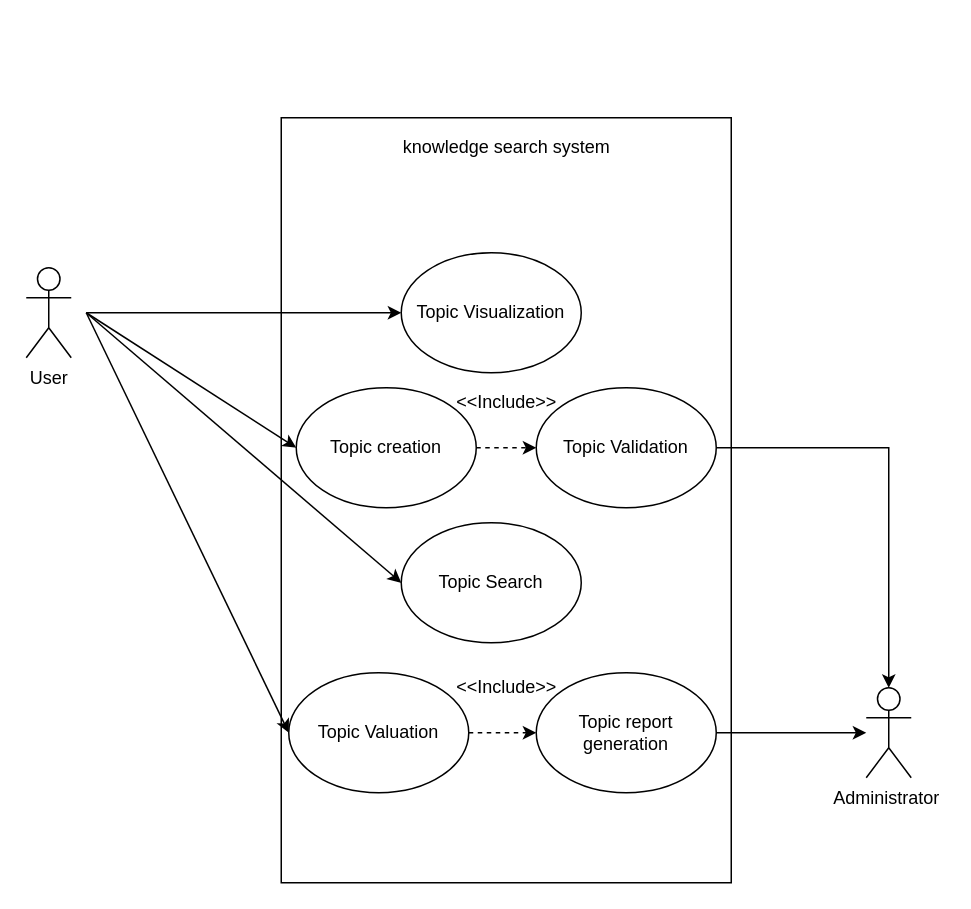
This is diagrams/Ingles UML Caso de uso.drawio from Carlos-Gallardoo/AnalisisAvanzadoDeSoftware, a draw.io file, before an edit. Source tidied: cells renumbered, new cells numbered last; positions are measured from the earlier drawing's top-left corner, leaving out a move shared by most shapes. Both pictures are drawn from the tidied source at 150%, with x=0, y=0 at pixel (26, 117). Pictures stored in the file or linked from it are replaced by grey dashed boxes.
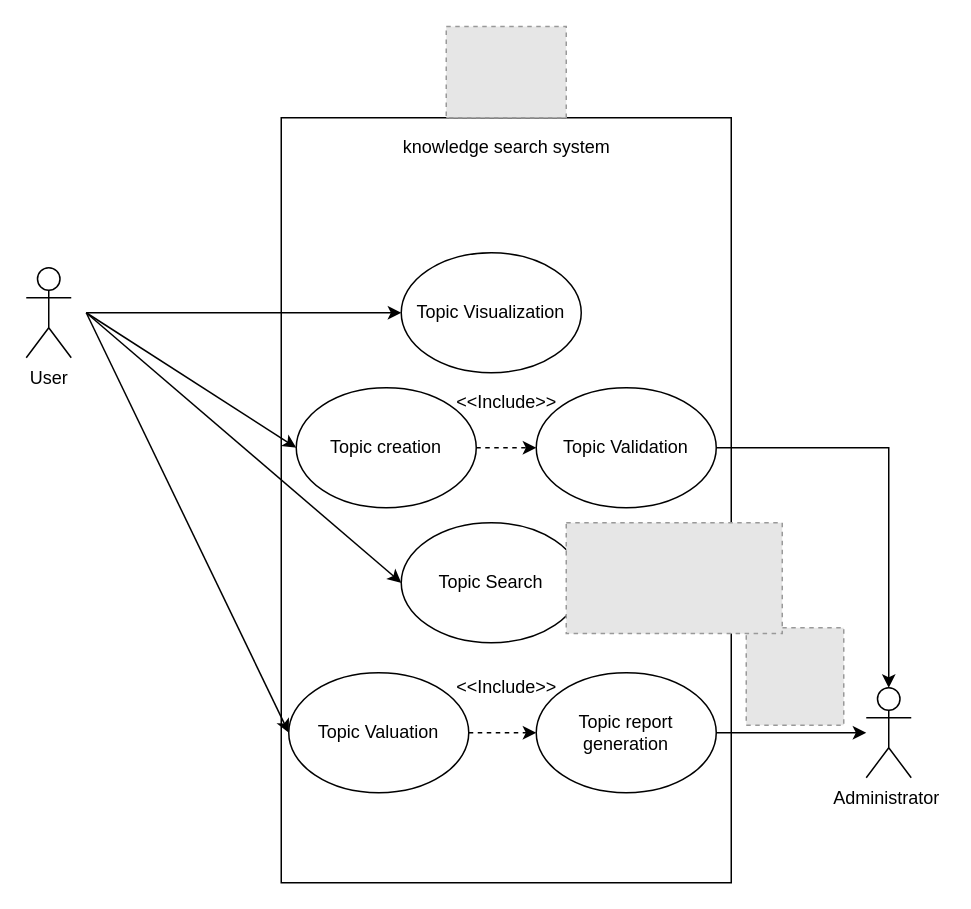
The same diagram, later.

Diff of the diagram source:
```diff
@@
+    <mxCell id="22" style="fillColor=#E6E6E6;strokeColor=#999999;dashed=1;verticalLabelPosition=bottom;labelBackgroundColor=#ffffff;verticalAlign=top;" parent="1" vertex="1">
+      <mxGeometry x="280" y="-60.8" width="80" height="60.8" as="geometry" />
+    </mxCell>
+    <mxCell id="23" style="fillColor=#E6E6E6;strokeColor=#999999;dashed=1;verticalLabelPosition=bottom;labelBackgroundColor=#ffffff;verticalAlign=top;" parent="1" vertex="1">
+      <mxGeometry x="480" y="340" width="65" height="65" as="geometry" />
+    </mxCell>
+    <mxCell id="24" style="fillColor=#E6E6E6;strokeColor=#999999;dashed=1;verticalLabelPosition=bottom;labelBackgroundColor=#ffffff;verticalAlign=top;" parent="1" vertex="1">
+      <mxGeometry x="360" y="270" width="144" height="73.9" as="geometry" />
+    </mxCell>
```
